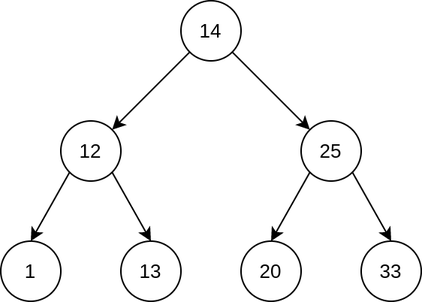
The draw.io diagram assets/images/binary-tree.png in naveenspace7/naveenspace7.github.io, before a commit. Source tidied: cells renumbered, new cells last; positions are measured from the earlier drawing's top-left corner, leaving out a move shared by most shapes. Its diagram source:
```xml
<mxGraphModel>
  <root>
    <mxCell id="0" />
    <mxCell id="1" parent="0" />
    <mxCell id="2" value="&lt;font style=&quot;font-size: 13px&quot;&gt;14&lt;/font&gt;" style="ellipse;whiteSpace=wrap;html=1;" parent="1" vertex="1">
      <mxGeometry x="120" width="40" height="40" as="geometry" />
    </mxCell>
    <mxCell id="3" value="&lt;font style=&quot;font-size: 13px&quot;&gt;12&lt;/font&gt;" style="ellipse;whiteSpace=wrap;html=1;" parent="1" vertex="1">
      <mxGeometry x="40" y="80" width="40" height="40" as="geometry" />
    </mxCell>
    <mxCell id="4" value="&lt;font style=&quot;font-size: 13px&quot;&gt;25&lt;/font&gt;" style="ellipse;whiteSpace=wrap;html=1;" parent="1" vertex="1">
      <mxGeometry x="200" y="80" width="40" height="40" as="geometry" />
    </mxCell>
    <mxCell id="5" value="&lt;font style=&quot;font-size: 13px&quot;&gt;1&lt;/font&gt;" style="ellipse;whiteSpace=wrap;html=1;" parent="1" vertex="1">
      <mxGeometry y="160" width="40" height="40" as="geometry" />
    </mxCell>
    <mxCell id="6" value="&lt;font style=&quot;font-size: 13px&quot;&gt;13&lt;/font&gt;" style="ellipse;whiteSpace=wrap;html=1;" parent="1" vertex="1">
      <mxGeometry x="80" y="160" width="40" height="40" as="geometry" />
    </mxCell>
    <mxCell id="7" style="endArrow=classic;html=1;exitX=0;exitY=1;exitDx=0;exitDy=0;entryX=1;entryY=0;entryDx=0;entryDy=0;" parent="1" edge="1" source="2" target="3">
      <mxGeometry relative="1" as="geometry" />
    </mxCell>
    <mxCell id="8" style="endArrow=classic;html=1;entryX=0;entryY=0;entryDx=0;entryDy=0;exitX=1;exitY=1;exitDx=0;exitDy=0;" parent="1" edge="1" source="2" target="4">
      <mxGeometry relative="1" as="geometry" />
    </mxCell>
    <mxCell id="9" style="endArrow=classic;html=1;exitX=0;exitY=1;exitDx=0;exitDy=0;entryX=0.5;entryY=0;entryDx=0;entryDy=0;" parent="1" edge="1" source="3" target="5">
      <mxGeometry relative="1" as="geometry" />
    </mxCell>
    <mxCell id="10" style="endArrow=classic;html=1;exitX=1;exitY=1;exitDx=0;exitDy=0;entryX=0.5;entryY=0;entryDx=0;entryDy=0;" parent="1" edge="1" source="3" target="6">
      <mxGeometry relative="1" as="geometry" />
    </mxCell>
    <mxCell id="11" value="&lt;font style=&quot;font-size: 13px&quot;&gt;20&lt;br&gt;&lt;/font&gt;" style="ellipse;whiteSpace=wrap;html=1;" parent="1" vertex="1">
      <mxGeometry x="160" y="160" width="40" height="40" as="geometry" />
    </mxCell>
    <mxCell id="12" value="&lt;font style=&quot;font-size: 13px&quot;&gt;33&lt;br&gt;&lt;/font&gt;" style="ellipse;whiteSpace=wrap;html=1;" parent="1" vertex="1">
      <mxGeometry x="240" y="160" width="40" height="40" as="geometry" />
    </mxCell>
    <mxCell id="13" style="endArrow=classic;html=1;entryX=0.5;entryY=0;entryDx=0;entryDy=0;exitX=1;exitY=1;exitDx=0;exitDy=0;" parent="1" edge="1" source="4" target="12">
      <mxGeometry relative="1" as="geometry" />
    </mxCell>
    <mxCell id="14" style="endArrow=classic;html=1;exitX=0;exitY=1;exitDx=0;exitDy=0;entryX=0.5;entryY=0;entryDx=0;entryDy=0;" parent="1" edge="1" source="4" target="11">
      <mxGeometry relative="1" as="geometry" />
    </mxCell>
  </root>
</mxGraphModel>
```
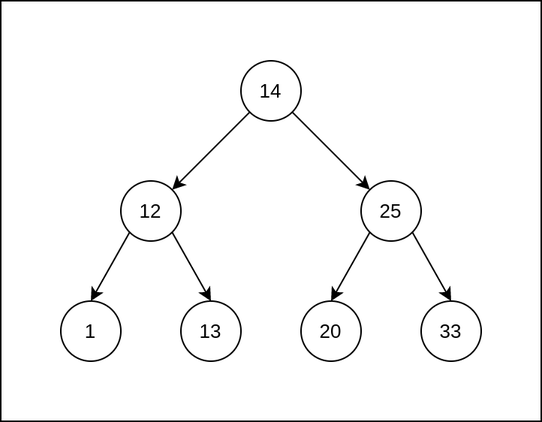
Above is the later version.

What changed in the source:
```diff
@@ -2,6 +2,9 @@
   <root>
     <mxCell id="0" />
     <mxCell id="1" parent="0" />
+    <mxCell id="15" style="rounded=0;whiteSpace=wrap;html=1;" parent="1" vertex="1">
+      <mxGeometry x="-40" y="-40" width="360" height="280" as="geometry" />
+    </mxCell>
     <mxCell id="2" value="&lt;font style=&quot;font-size: 13px&quot;&gt;14&lt;/font&gt;" style="ellipse;whiteSpace=wrap;html=1;" parent="1" vertex="1">
       <mxGeometry x="120" width="40" height="40" as="geometry" />
     </mxCell>
```
